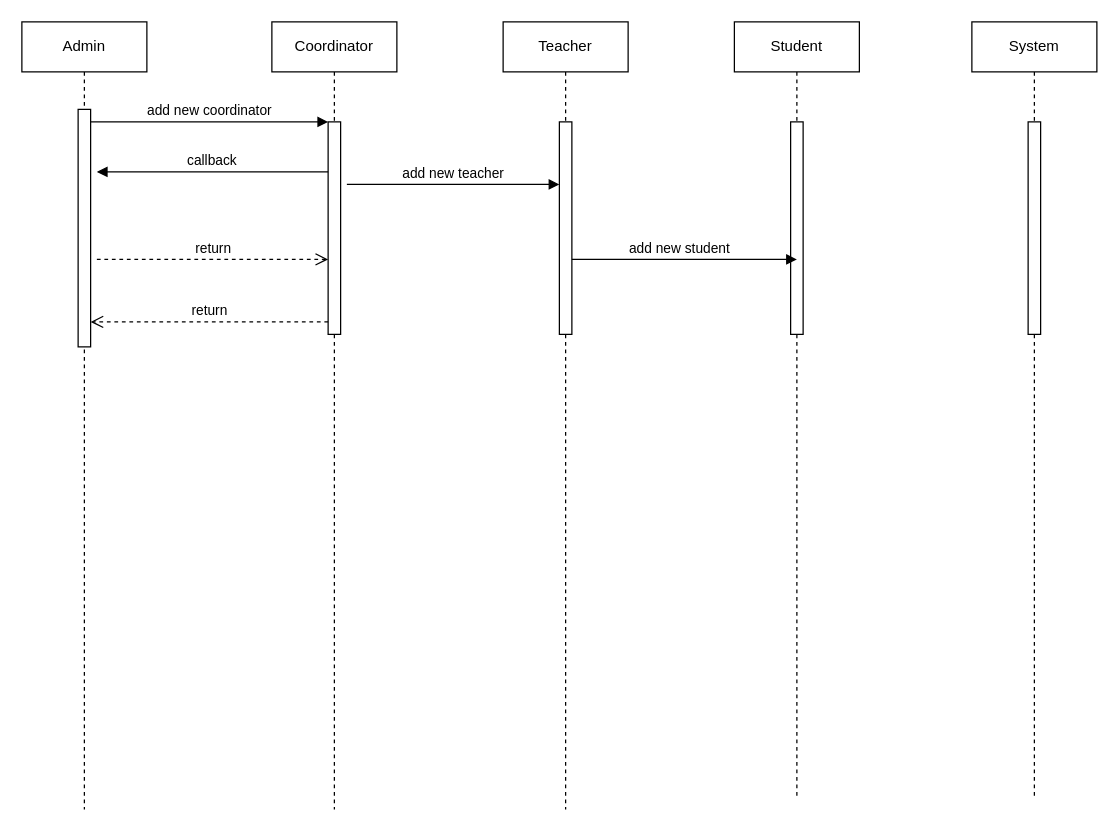
Above: sequenses diagram.drawio in Dulara-Akalanka/Group-Software-Project (draw.io), before the change. Source tidied: cells renumbered, new cells numbered last; positions are measured from the earlier drawing's top-left corner, leaving out a move shared by most shapes. Both pictures are drawn from the tidied source at 125%, with x=0, y=0 at pixel (21, 21).
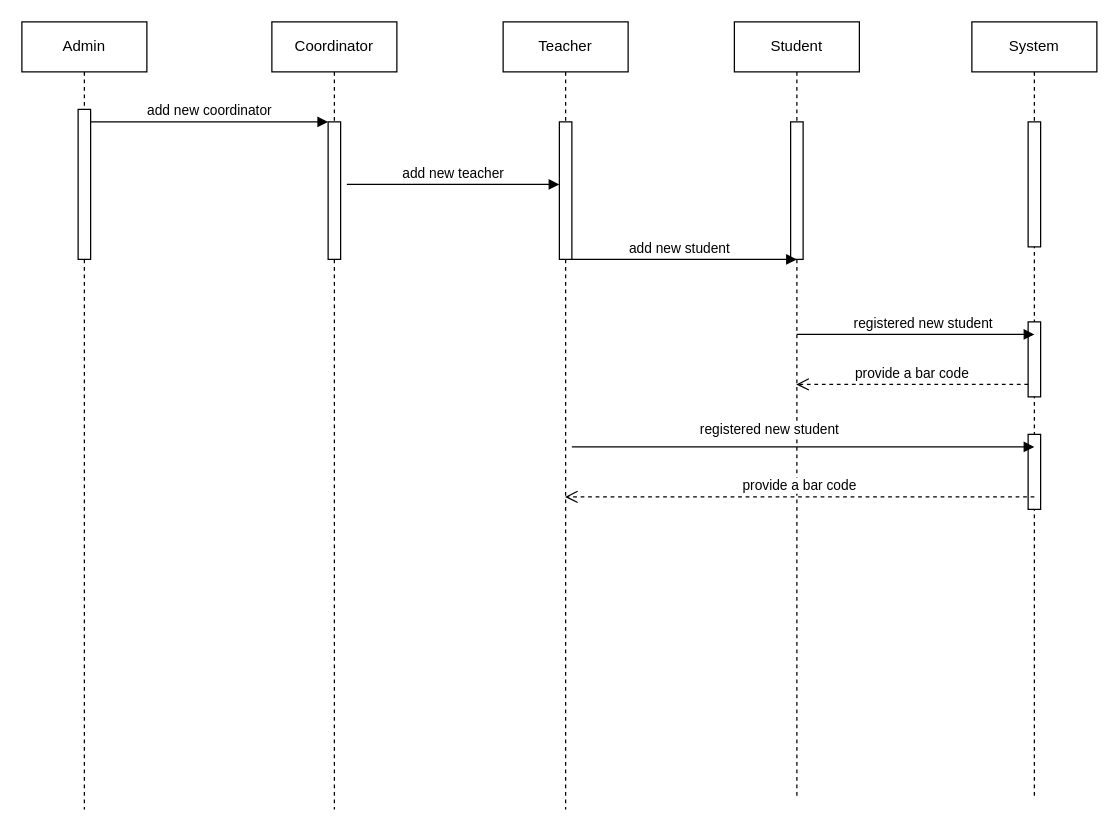
The same page after the edit.

Unchanged cells that the change refers to:
```xml
<mxCell id="2" value="Admin" style="shape=umlLifeline;perimeter=lifelinePerimeter;whiteSpace=wrap;html=1;newEdgeStyle={&quot;edgeStyle&quot;:&quot;elbowEdgeStyle&quot;,&quot;elbow&quot;:&quot;vertical&quot;,&quot;curved&quot;:0,&quot;rounded&quot;:0};" parent="1" vertex="1">
  <mxGeometry width="100" height="630" as="geometry" />
</mxCell>
<mxCell id="4" value="Coordinator" style="shape=umlLifeline;perimeter=lifelinePerimeter;whiteSpace=wrap;html=1;newEdgeStyle={&quot;edgeStyle&quot;:&quot;elbowEdgeStyle&quot;,&quot;elbow&quot;:&quot;vertical&quot;,&quot;curved&quot;:0,&quot;rounded&quot;:0};" parent="1" vertex="1">
  <mxGeometry x="200" width="100" height="630" as="geometry" />
</mxCell>
<mxCell id="10" value="Teacher" style="shape=umlLifeline;perimeter=lifelinePerimeter;whiteSpace=wrap;html=1;outlineConnect=0;portConstraint=eastwest;newEdgeStyle={&quot;edgeStyle&quot;:&quot;elbowEdgeStyle&quot;,&quot;elbow&quot;:&quot;vertical&quot;,&quot;curved&quot;:0,&quot;rounded&quot;:0};" parent="1" vertex="1">
  <mxGeometry x="385" width="100" height="630" as="geometry" />
</mxCell>
<mxCell id="12" value="Student" style="shape=umlLifeline;perimeter=lifelinePerimeter;whiteSpace=wrap;html=1;outlineConnect=0;portConstraint=eastwest;newEdgeStyle={&quot;edgeStyle&quot;:&quot;elbowEdgeStyle&quot;,&quot;elbow&quot;:&quot;vertical&quot;,&quot;curved&quot;:0,&quot;rounded&quot;:0};" parent="1" vertex="1">
  <mxGeometry x="570" width="100" height="620" as="geometry" />
</mxCell>
<mxCell id="14" value="System" style="shape=umlLifeline;perimeter=lifelinePerimeter;whiteSpace=wrap;html=1;newEdgeStyle={&quot;edgeStyle&quot;:&quot;elbowEdgeStyle&quot;,&quot;elbow&quot;:&quot;vertical&quot;,&quot;curved&quot;:0,&quot;rounded&quot;:0};" parent="1" vertex="1">
  <mxGeometry x="760" width="100" height="620" as="geometry" />
</mxCell>
```

Change to the diagram source:
```diff
@@
     <mxCell id="3" style="html=1;points=[];perimeter=orthogonalPerimeter;outlineConnect=0;targetShapes=umlLifeline;portConstraint=eastwest;newEdgeStyle={&quot;edgeStyle&quot;:&quot;elbowEdgeStyle&quot;,&quot;elbow&quot;:&quot;vertical&quot;,&quot;curved&quot;:0,&quot;rounded&quot;:0};" parent="2" vertex="1">
-      <mxGeometry x="45" y="70" width="10" height="190" as="geometry" />
+      <mxGeometry x="45" y="70" width="10" height="120" as="geometry" />
     </mxCell>
@@
     <mxCell id="5" style="html=1;points=[];perimeter=orthogonalPerimeter;outlineConnect=0;targetShapes=umlLifeline;portConstraint=eastwest;newEdgeStyle={&quot;edgeStyle&quot;:&quot;elbowEdgeStyle&quot;,&quot;elbow&quot;:&quot;vertical&quot;,&quot;curved&quot;:0,&quot;rounded&quot;:0};" parent="4" vertex="1">
-      <mxGeometry x="45" y="80" width="10" height="170" as="geometry" />
+      <mxGeometry x="45" y="80" width="10" height="110" as="geometry" />
     </mxCell>
@@
-    <mxCell id="7" value="return" style="html=1;verticalAlign=bottom;endArrow=open;dashed=1;endSize=8;edgeStyle=elbowEdgeStyle;elbow=vertical;curved=0;rounded=0;" parent="1" edge="1" source="5" target="3">
-      <mxGeometry relative="1" as="geometry">
-        <Array as="points">
-          <mxPoint x="150" y="240" />
-        </Array>
-      </mxGeometry>
-    </mxCell>
-    <mxCell id="8" value="callback" style="html=1;verticalAlign=bottom;endArrow=block;edgeStyle=elbowEdgeStyle;elbow=vertical;curved=0;rounded=0;" parent="1" edge="1" source="5">
-      <mxGeometry relative="1" as="geometry">
-        <mxPoint x="60" y="120" as="targetPoint" />
-        <Array as="points">
-          <mxPoint x="150" y="120" />
-        </Array>
-      </mxGeometry>
-    </mxCell>
-    <mxCell id="9" value="return" style="html=1;verticalAlign=bottom;endArrow=open;dashed=1;endSize=8;edgeStyle=elbowEdgeStyle;elbow=vertical;curved=0;rounded=0;" parent="1" edge="1" target="5">
-      <mxGeometry relative="1" as="geometry">
-        <mxPoint x="60" y="190" as="sourcePoint" />
-        <Array as="points">
-          <mxPoint x="140" y="190" />
-        </Array>
-      </mxGeometry>
-    </mxCell>
@@
     <mxCell id="11" style="html=1;perimeter=orthogonalPerimeter;targetShapes=umlLifeline;newEdgeStyle={&quot;edgeStyle&quot;:&quot;elbowEdgeStyle&quot;,&quot;elbow&quot;:&quot;vertical&quot;,&quot;curved&quot;:0,&quot;rounded&quot;:0};" parent="10" vertex="1">
-      <mxGeometry x="45" y="80" width="10" height="170" as="geometry" />
+      <mxGeometry x="45" y="80" width="10" height="110" as="geometry" />
     </mxCell>
@@
     <mxCell id="13" style="html=1;perimeter=orthogonalPerimeter;targetShapes=umlLifeline;newEdgeStyle={&quot;edgeStyle&quot;:&quot;elbowEdgeStyle&quot;,&quot;elbow&quot;:&quot;vertical&quot;,&quot;curved&quot;:0,&quot;rounded&quot;:0};" parent="12" vertex="1">
-      <mxGeometry x="45" y="80" width="10" height="170" as="geometry" />
+      <mxGeometry x="45" y="80" width="10" height="110" as="geometry" />
     </mxCell>
@@
     <mxCell id="15" style="html=1;perimeter=orthogonalPerimeter;targetShapes=umlLifeline;newEdgeStyle={&quot;edgeStyle&quot;:&quot;elbowEdgeStyle&quot;,&quot;elbow&quot;:&quot;vertical&quot;,&quot;curved&quot;:0,&quot;rounded&quot;:0};" parent="14" vertex="1">
-      <mxGeometry x="45" y="80" width="10" height="170" as="geometry" />
+      <mxGeometry x="45" y="80" width="10" height="100" as="geometry" />
     </mxCell>
+    <mxCell id="18" style="html=1;points=[];perimeter=orthogonalPerimeter;outlineConnect=0;targetShapes=umlLifeline;portConstraint=eastwest;newEdgeStyle={&quot;edgeStyle&quot;:&quot;elbowEdgeStyle&quot;,&quot;elbow&quot;:&quot;vertical&quot;,&quot;curved&quot;:0,&quot;rounded&quot;:0};" parent="14" vertex="1">
+      <mxGeometry x="45" y="240" width="10" height="60" as="geometry" />
+    </mxCell>
+    <mxCell id="19" style="html=1;perimeter=orthogonalPerimeter;targetShapes=umlLifeline;newEdgeStyle={&quot;edgeStyle&quot;:&quot;elbowEdgeStyle&quot;,&quot;elbow&quot;:&quot;vertical&quot;,&quot;curved&quot;:0,&quot;rounded&quot;:0};" parent="14" vertex="1">
+      <mxGeometry x="45" y="330" width="10" height="60" as="geometry" />
+    </mxCell>
@@
+    <mxCell id="20" style="endArrow=block;endFill=1;html=1;edgeStyle=orthogonalEdgeStyle;align=left;verticalAlign=top;rounded=0;" parent="1" edge="1">
+      <mxGeometry x="-1" relative="1" as="geometry">
+        <mxPoint x="620" y="250" as="sourcePoint" />
+        <mxPoint x="810" y="250" as="targetPoint" />
+      </mxGeometry>
+    </mxCell>
+    <mxCell id="21" value="registered new student" style="edgeLabel;html=1;align=center;verticalAlign=middle;" parent="20" vertex="1">
+      <mxGeometry x="0.61" y="4" relative="1" as="geometry">
+        <mxPoint x="-53" y="-6" as="offset" />
+      </mxGeometry>
+    </mxCell>
+    <mxCell id="22" value="provide a bar code" style="html=1;verticalAlign=bottom;endArrow=open;dashed=1;endSize=8;edgeStyle=elbowEdgeStyle;elbow=vertical;curved=0;rounded=0;" parent="1" edge="1" source="18" target="12">
+      <mxGeometry relative="1" as="geometry">
+        <Array as="points">
+          <mxPoint x="750" y="290" />
+        </Array>
+      </mxGeometry>
+    </mxCell>
+    <mxCell id="23" style="endArrow=block;endFill=1;html=1;edgeStyle=orthogonalEdgeStyle;align=left;verticalAlign=top;rounded=0;" parent="1" edge="1">
+      <mxGeometry x="-1" relative="1" as="geometry">
+        <mxPoint x="440" y="340" as="sourcePoint" />
+        <mxPoint x="810" y="340" as="targetPoint" />
+      </mxGeometry>
+    </mxCell>
+    <mxCell id="24" value="registered new student" style="edgeLabel;html=1;align=center;verticalAlign=middle;" parent="23" vertex="1">
+      <mxGeometry x="0.61" y="4" relative="1" as="geometry">
+        <mxPoint x="-141" y="-11" as="offset" />
+      </mxGeometry>
+    </mxCell>
+    <mxCell id="25" value="provide a bar code" style="html=1;verticalAlign=bottom;endArrow=open;dashed=1;endSize=8;edgeStyle=elbowEdgeStyle;elbow=vertical;curved=0;rounded=0;" parent="1" edge="1" target="10">
+      <mxGeometry relative="1" as="geometry">
+        <mxPoint x="810" y="380" as="sourcePoint" />
+        <Array as="points">
+          <mxPoint x="755" y="380" />
+        </Array>
+      </mxGeometry>
+    </mxCell>
```
